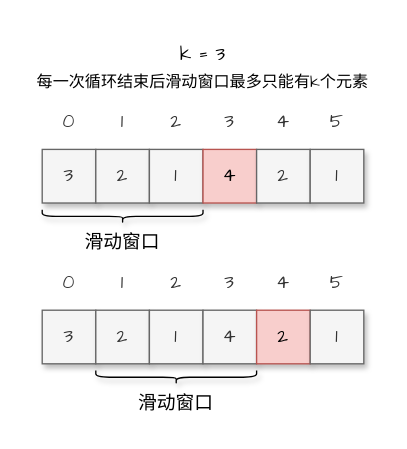
Earlier version of the draw.io diagram draw.io/存在重复元素II.drawio (goldknife6/algorithm). Source tidied: cells renumbered, new cells numbered last; positions are measured from the earlier drawing's top-left corner, leaving out a move shared by most shapes. Both pictures are drawn from the tidied source at 134%, with x=0, y=0 at pixel (28, 28).
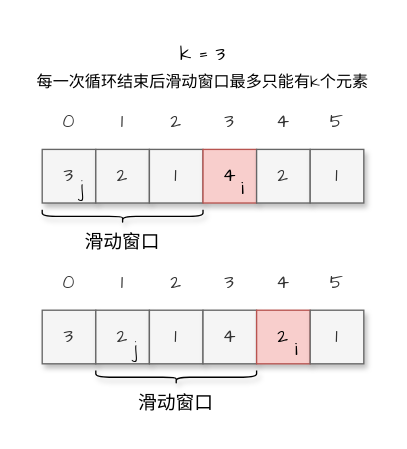
The same page after the edit.

Commit message (it also covers changes not shown here):
更新存在重复元素II.drawio

Change to the diagram source:
```diff
@@
+    <mxCell id="32" value="&lt;font style=&quot;font-size: 14px&quot;&gt;i&lt;/font&gt;" style="text;html=1;strokeColor=none;fillColor=none;align=center;verticalAlign=middle;whiteSpace=wrap;rounded=0;shadow=1;glass=0;fontFamily=Comic Sans MS;fontSize=12;" parent="1" vertex="1">
+      <mxGeometry x="150" y="110" width="20" height="20" as="geometry" />
+    </mxCell>
+    <mxCell id="33" value="&lt;font style=&quot;font-size: 14px&quot;&gt;j&lt;/font&gt;" style="text;html=1;strokeColor=none;fillColor=none;align=center;verticalAlign=middle;whiteSpace=wrap;rounded=0;shadow=1;glass=0;fontFamily=Comic Sans MS;fontSize=12;" parent="1" vertex="1">
+      <mxGeometry x="30" y="110" width="20" height="20" as="geometry" />
+    </mxCell>
+    <mxCell id="34" value="&lt;font style=&quot;font-size: 14px&quot;&gt;i&lt;/font&gt;" style="text;html=1;strokeColor=none;fillColor=none;align=center;verticalAlign=middle;whiteSpace=wrap;rounded=0;shadow=1;glass=0;fontFamily=Comic Sans MS;fontSize=12;" parent="1" vertex="1">
+      <mxGeometry x="190" y="230" width="20" height="20" as="geometry" />
+    </mxCell>
+    <mxCell id="35" value="&lt;font style=&quot;font-size: 14px&quot;&gt;j&lt;/font&gt;" style="text;html=1;strokeColor=none;fillColor=none;align=center;verticalAlign=middle;whiteSpace=wrap;rounded=0;shadow=1;glass=0;fontFamily=Comic Sans MS;fontSize=12;" parent="1" vertex="1">
+      <mxGeometry x="70" y="230" width="20" height="20" as="geometry" />
+    </mxCell>
```
